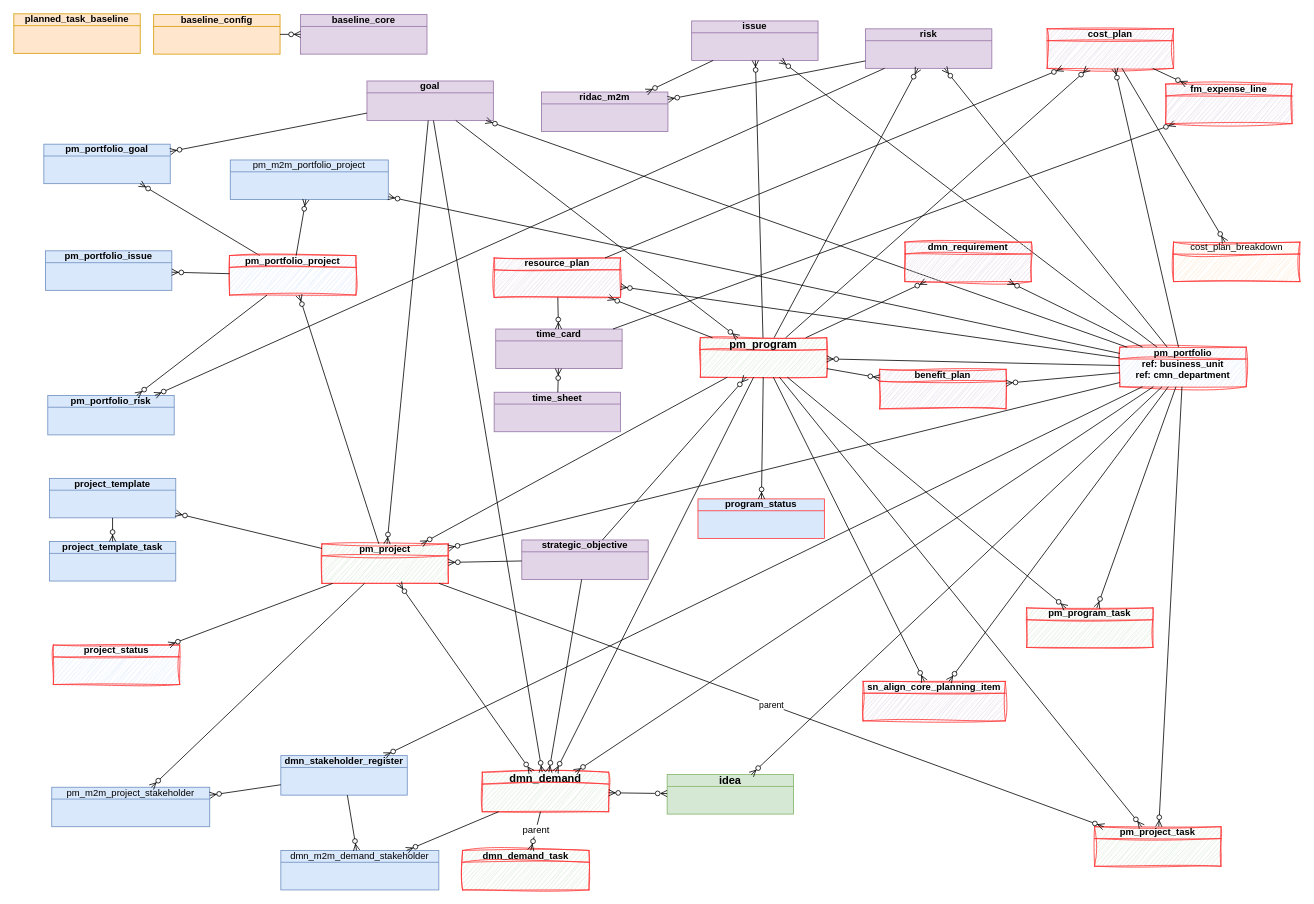
Earlier version of the draw.io diagram page "justContextDB" (2 of 13) of JTI.drawio (algimas/tmp). Source tidied: cells renumbered, new cells numbered last; positions are measured from the earlier drawing's top-left corner, leaving out a move shared by most shapes. Both pictures are drawn from the tidied source at 79%, with x=0, y=0 at pixel (13, 13).
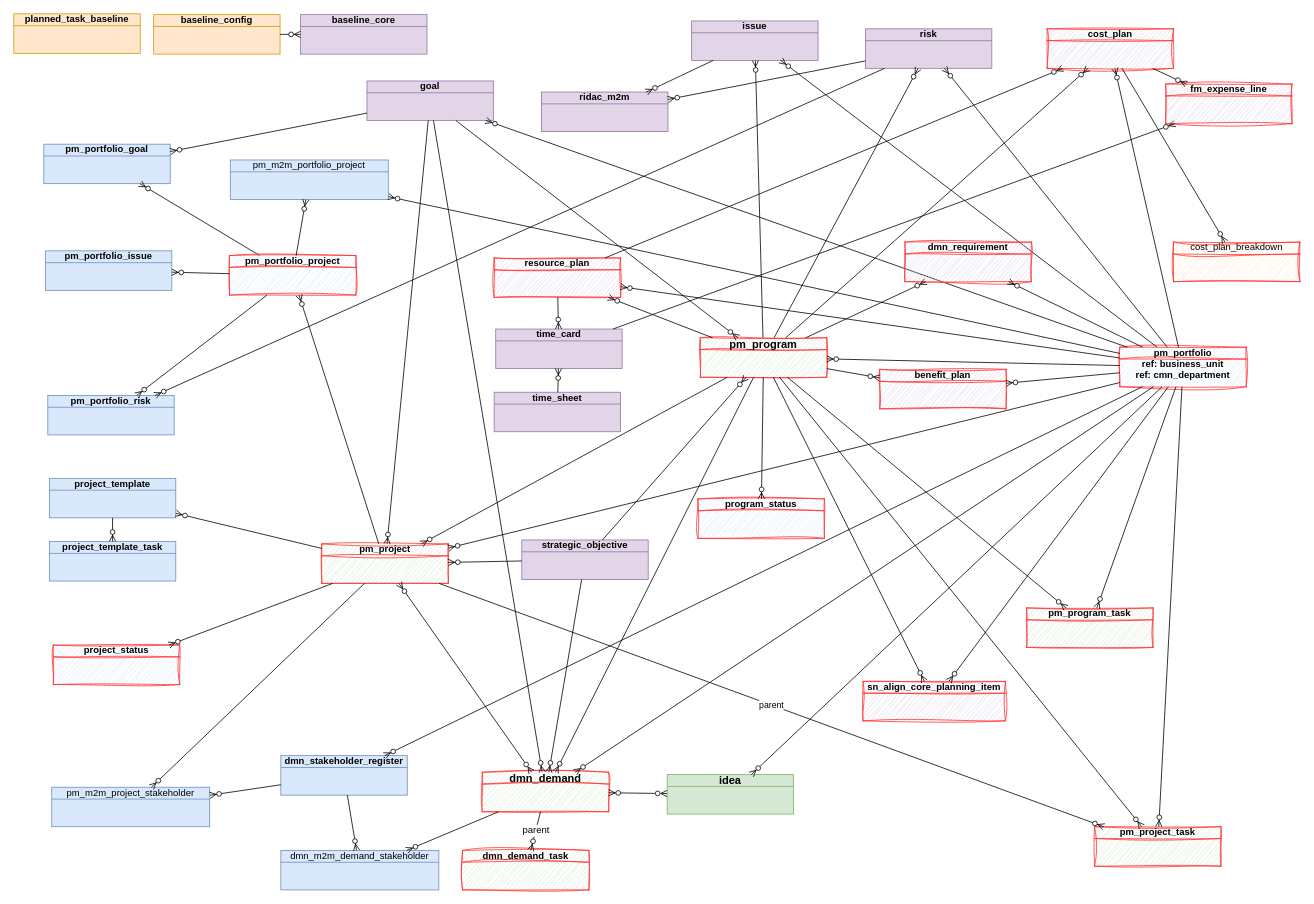
Above is the later version.

What changed in the source:
```diff
@@
-    <mxCell id="99" value="program_status" style="html=1;outlineConnect=0;whiteSpace=wrap;fillColor=#dae8fc;shape=mxgraph.archimate3.businessObject;overflow=fill;strokeColor=#FF3333;fontStyle=1;" parent="1" vertex="1">
+    <mxCell id="99" value="program_status" style="html=1;outlineConnect=0;whiteSpace=wrap;fillColor=#dae8fc;shape=mxgraph.archimate3.businessObject;overflow=fill;strokeColor=#FF3333;fontStyle=1;sketch=1;curveFitting=1;jiggle=2;" parent="1" vertex="1">
       <mxGeometry x="866" y="614" width="160" height="50" as="geometry" />
     </mxCell>
```
